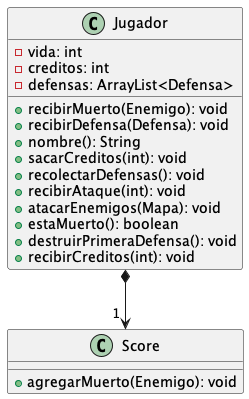
Before: diagrams/classes/jugador.png, a diagram exported from PlantUML (franzimbi/algo3_tp2).
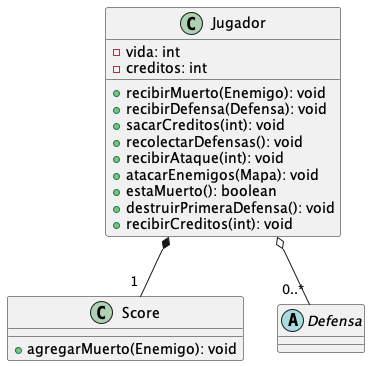
The same diagram one commit later.

Change to the diagram source:
```diff
@@ -4,7 +4,6 @@
 class Jugador {
   + recibirMuerto(Enemigo): void
   + recibirDefensa(Defensa): void
-  + nombre(): String
   + sacarCreditos(int): void
   + recolectarDefensas(): void
   + recibirAtaque(int): void
@@ -14,10 +13,11 @@
   + recibirCreditos(int): void
    -vida: int
    -creditos: int
-   -defensas: ArrayList<Defensa>
 }
 class Score {
   + agregarMuerto(Enemigo): void
 }
-    Jugador *--> "1 " Score
+abstract Defensa
+    Jugador *-- "1 " Score
+    Jugador o-- "0..*" Defensa
 @enduml
```
